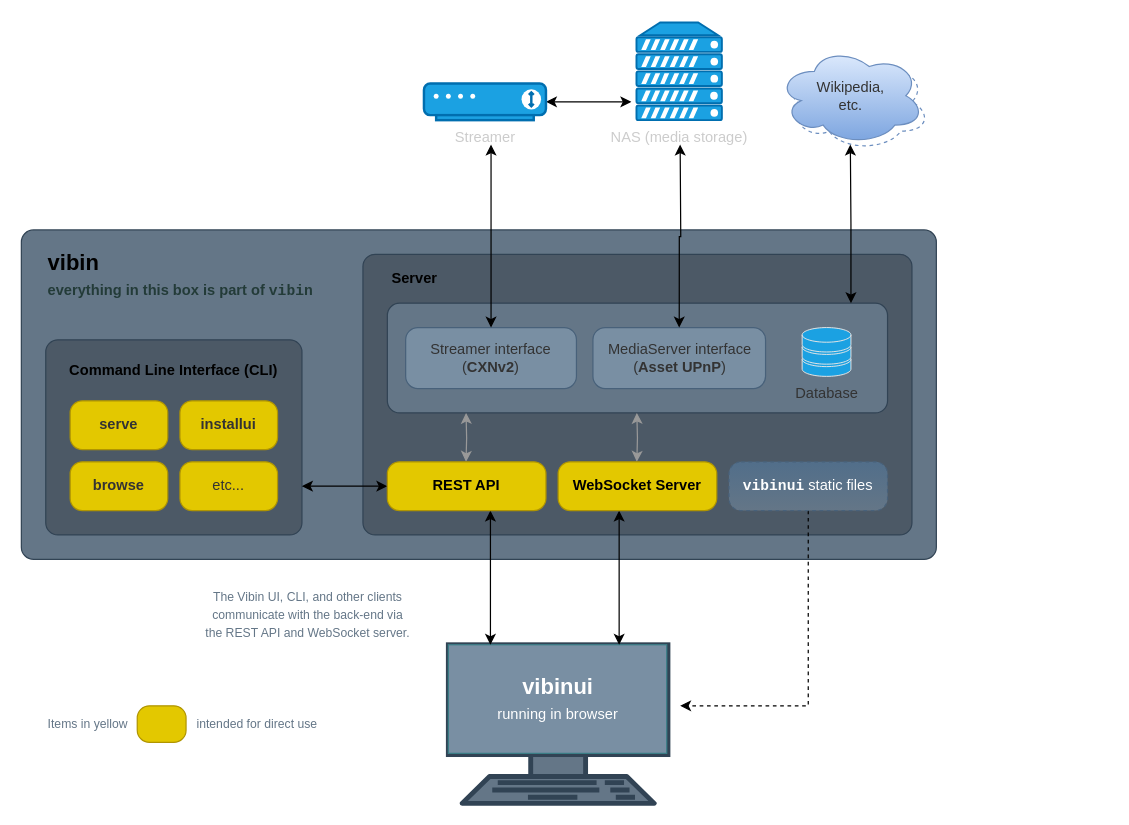
This is media/vibin_overview.drawio from mjoblin/vibin, a draw.io file, before an edit. Source tidied: cells renumbered, new cells numbered last; positions are measured from the earlier drawing's top-left corner, leaving out a move shared by most shapes. Both pictures are drawn from the tidied source at 122%, with x=0, y=0 at pixel (21, 22).
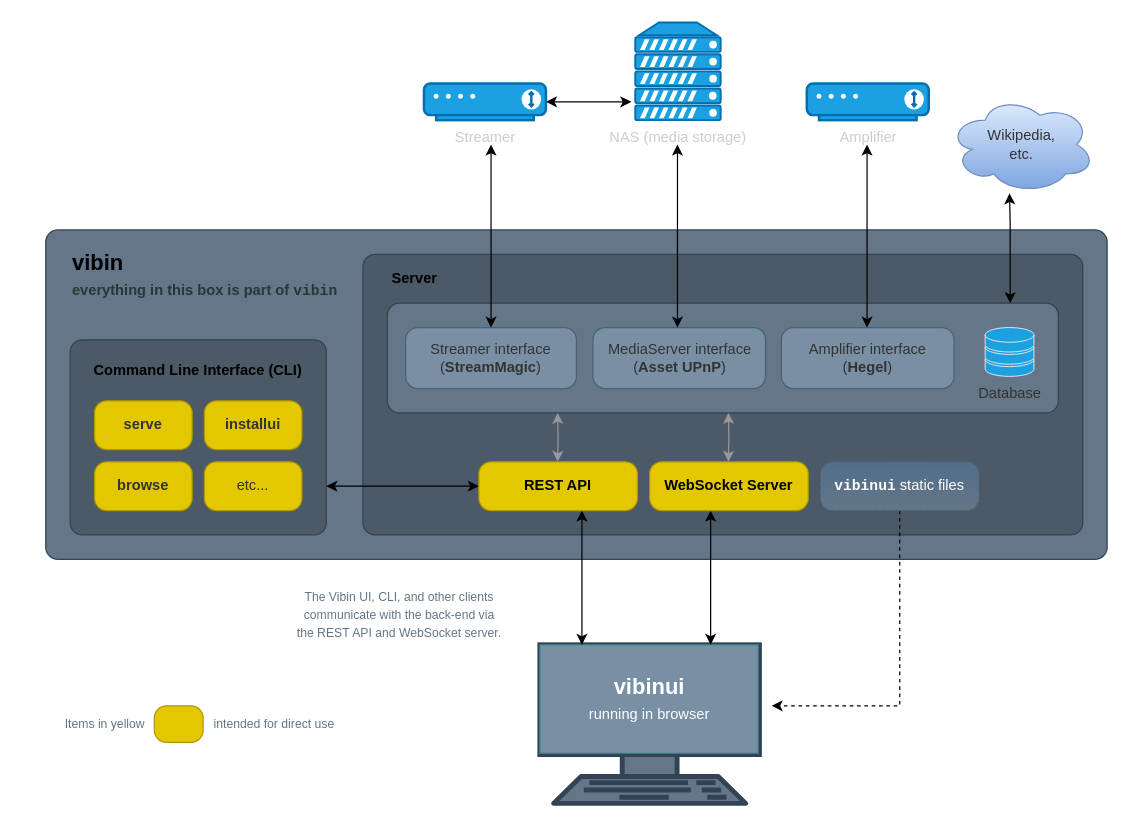
The same diagram, later.

Unchanged cells that the change refers to:
```xml
<mxCell id="18" value="&lt;font color=&quot;#333333&quot;&gt;MediaServer interface (&lt;b&gt;Asset UPnP&lt;/b&gt;)&lt;/font&gt;" style="rounded=1;whiteSpace=wrap;html=1;absoluteArcSize=1;fillColor=#798FA3;strokeColor=#48617A;fontColor=#000000;" parent="1" vertex="1">
  <mxGeometry x="468.5" y="250" width="141.5" height="50" as="geometry" />
</mxCell>
```

Change to the diagram source:
```diff
@@
     <mxCell id="2" style="verticalAlign=top;verticalLabelPosition=bottom;labelPosition=center;align=center;html=1;fillColor=#647687;strokeColor=#314354;gradientDirection=north;strokeWidth=2;shape=mxgraph.networks.terminal;fontColor=#ffffff;" parent="1" vertex="1">
-      <mxGeometry x="350" y="510" width="180" height="130" as="geometry" />
+      <mxGeometry x="425" y="510" width="180" height="130" as="geometry" />
     </mxCell>
     <mxCell id="3" style="rounded=0;whiteSpace=wrap;html=1;fillColor=#798FA3;fontColor=#ffffff;strokeColor=#3A7E87;" parent="1" vertex="1">
-      <mxGeometry x="350" y="510" width="179" height="89" as="geometry" />
+      <mxGeometry x="425" y="510" width="179" height="89" as="geometry" />
     </mxCell>
-    <mxCell id="4" style="ellipse;shape=cloud;whiteSpace=wrap;html=1;fillColor=none;strokeColor=#6c8ebf;gradientColor=#7ea6e0;dashed=1;" parent="1" vertex="1">
-      <mxGeometry x="625" y="25" width="120" height="80" as="geometry" />
-    </mxCell>
     <mxCell id="5" style="rounded=1;whiteSpace=wrap;html=1;absoluteArcSize=1;fillColor=#647687;strokeColor=#314354;fontColor=#ffffff;" parent="1" vertex="1">
-      <mxGeometry y="170" width="750" height="270" as="geometry" />
+      <mxGeometry x="20" y="170" width="870" height="270" as="geometry" />
     </mxCell>
     <mxCell id="6" style="rounded=1;whiteSpace=wrap;html=1;absoluteArcSize=1;fillColor=#4C5966;fontColor=#ffffff;strokeColor=#314354;" parent="1" vertex="1">
-      <mxGeometry x="280" y="190" width="450" height="230" as="geometry" />
+      <mxGeometry x="280" y="190" width="590" height="230" as="geometry" />
     </mxCell>
     <mxCell id="7" style="rounded=1;whiteSpace=wrap;html=1;absoluteArcSize=1;fillColor=#647687;strokeColor=#314354;fontColor=#ffffff;" parent="1" vertex="1">
-      <mxGeometry x="300" y="230" width="410" height="90" as="geometry" />
+      <mxGeometry x="300" y="230" width="550" height="90" as="geometry" />
     </mxCell>
@@
     <mxCell id="9" value="&lt;font style=&quot;font-size: 18px;&quot;&gt;vibin&lt;/font&gt;" style="text;html=1;strokeColor=none;fillColor=none;align=left;verticalAlign=top;whiteSpace=wrap;rounded=0;fontStyle=1;" parent="1" vertex="1">
-      <mxGeometry x="20" y="180" width="210" height="30" as="geometry" />
+      <mxGeometry x="40" y="180" width="210" height="30" as="geometry" />
     </mxCell>
     <mxCell id="10" value="&lt;font color=&quot;#cccccc&quot;&gt;NAS (media storage)&lt;/font&gt;" style="fontColor=#ffffff;verticalAlign=top;verticalLabelPosition=bottom;labelPosition=center;align=center;html=1;fillColor=#1ba1e2;strokeColor=#006EAF;gradientDirection=north;strokeWidth=2;shape=mxgraph.networks.server;" parent="1" vertex="1">
-      <mxGeometry x="504.2" width="70" height="80" as="geometry" />
+      <mxGeometry x="503.2" width="70" height="80" as="geometry" />
     </mxCell>
@@
     <mxCell id="13" value="&lt;font style=&quot;font-size: 10px;&quot;&gt;The Vibin UI, CLI, and other clients communicate with the back-end via the REST API and WebSocket server.&lt;/font&gt;" style="text;html=1;strokeColor=none;fillColor=none;align=center;verticalAlign=middle;whiteSpace=wrap;rounded=0;fontColor=#647687;" parent="1" vertex="1">
-      <mxGeometry x="150" y="460" width="170" height="50" as="geometry" />
+      <mxGeometry x="225" y="460" width="170" height="50" as="geometry" />
     </mxCell>
     <mxCell id="14" style="rounded=1;whiteSpace=wrap;html=1;absoluteArcSize=1;fillColor=#4C5966;fontColor=#ffffff;strokeColor=#314354;" parent="1" vertex="1">
-      <mxGeometry x="20" y="260" width="210" height="160" as="geometry" />
+      <mxGeometry x="40" y="260" width="210" height="160" as="geometry" />
     </mxCell>
     <mxCell id="15" value="&lt;b&gt;Command Line Interface (CLI)&lt;/b&gt;" style="text;html=1;strokeColor=none;fillColor=none;align=center;verticalAlign=middle;whiteSpace=wrap;rounded=0;" parent="1" vertex="1">
-      <mxGeometry x="25" y="270" width="200" height="30" as="geometry" />
+      <mxGeometry x="45" y="270" width="200" height="30" as="geometry" />
     </mxCell>
     <mxCell id="16" value="&lt;font color=&quot;#333333&quot;&gt;&lt;b&gt;serve&lt;/b&gt;&lt;/font&gt;" style="rounded=1;whiteSpace=wrap;html=1;absoluteArcSize=1;fillColor=#e3c800;strokeColor=#B09500;fontColor=#000000;" parent="1" vertex="1">
-      <mxGeometry x="40" y="310" width="80" height="40" as="geometry" />
+      <mxGeometry x="60" y="310" width="80" height="40" as="geometry" />
     </mxCell>
-    <mxCell id="17" value="&lt;font color=&quot;#333333&quot;&gt;Streamer interface&lt;br&gt;(&lt;b&gt;CXNv2&lt;/b&gt;)&lt;/font&gt;" style="rounded=1;whiteSpace=wrap;html=1;absoluteArcSize=1;fillColor=#798FA3;strokeColor=#48617A;fontColor=#ffffff;" parent="1" vertex="1">
+    <mxCell id="17" value="&lt;font color=&quot;#333333&quot;&gt;Streamer interface&lt;br&gt;(&lt;b&gt;StreamMagic&lt;/b&gt;)&lt;/font&gt;" style="rounded=1;whiteSpace=wrap;html=1;absoluteArcSize=1;fillColor=#798FA3;strokeColor=#48617A;fontColor=#ffffff;" parent="1" vertex="1">
       <mxGeometry x="315" y="250" width="140" height="50" as="geometry" />
     </mxCell>
@@
     <mxCell id="20" value="&lt;font color=&quot;#333333&quot;&gt;Database&lt;/font&gt;" style="fontColor=#E6E6E6;verticalAlign=top;verticalLabelPosition=bottom;labelPosition=center;align=center;html=1;fillColor=#1BA1E2;strokeColor=#E6E6E6;gradientColor=none;gradientDirection=north;strokeWidth=2;shape=mxgraph.networks.storage;" parent="1" vertex="1">
-      <mxGeometry x="640" y="250" width="40" height="40" as="geometry" />
+      <mxGeometry x="790" y="250" width="40" height="40" as="geometry" />
     </mxCell>
     <mxCell id="21" style="edgeStyle=orthogonalEdgeStyle;rounded=0;orthogonalLoop=1;jettySize=auto;html=1;exitX=0.75;exitY=1;exitDx=0;exitDy=0;startArrow=classic;startFill=1;" parent="1" edge="1">
       <mxGeometry relative="1" as="geometry">
-        <mxPoint x="490" y="400" as="sourcePoint" />
-        <mxPoint x="490" y="510" as="targetPoint" />
+        <mxPoint x="565" y="400" as="sourcePoint" />
+        <mxPoint x="565" y="510" as="targetPoint" />
       </mxGeometry>
     </mxCell>
     <mxCell id="22" style="edgeStyle=orthogonalEdgeStyle;rounded=0;orthogonalLoop=1;jettySize=auto;html=1;exitX=0.5;exitY=0;exitDx=0;exitDy=0;startArrow=classic;startFill=1;strokeColor=#999999;" parent="1" edge="1">
       <mxGeometry relative="1" as="geometry">
-        <mxPoint x="504.5" y="360" as="sourcePoint" />
-        <mxPoint x="504.5" y="320" as="targetPoint" />
+        <mxPoint x="579.5" y="360" as="sourcePoint" />
+        <mxPoint x="579.5" y="320" as="targetPoint" />
       </mxGeometry>
     </mxCell>
-    <mxCell id="23" style="edgeStyle=orthogonalEdgeStyle;rounded=0;jettySize=auto;html=1;exitX=0.5;exitY=0;exitDx=0;exitDy=0;startArrow=classic;startFill=1;" parent="1" edge="1" source="18">
-      <mxGeometry relative="1" as="geometry">
-        <mxPoint x="540" y="100" as="targetPoint" />
-      </mxGeometry>
-    </mxCell>
     <mxCell id="24" value="&lt;font color=&quot;#333333&quot;&gt;Wikipedia,&lt;br&gt;etc.&lt;br&gt;&lt;/font&gt;" style="ellipse;shape=cloud;whiteSpace=wrap;html=1;fillColor=#dae8fc;strokeColor=#6c8ebf;gradientColor=#7ea6e0;" parent="1" vertex="1">
-      <mxGeometry x="620" y="20" width="120" height="80" as="geometry" />
+      <mxGeometry x="760" y="60" width="120" height="80" as="geometry" />
     </mxCell>
     <mxCell id="25" style="edgeStyle=orthogonalEdgeStyle;rounded=0;orthogonalLoop=1;jettySize=auto;html=1;startArrow=classic;startFill=1;" parent="1" edge="1">
       <mxGeometry relative="1" as="geometry">
-        <mxPoint x="680" y="230" as="sourcePoint" />
-        <mxPoint x="679.5" y="100" as="targetPoint" />
+        <mxPoint x="810.5" y="230" as="sourcePoint" />
+        <mxPoint x="810" y="140" as="targetPoint" />
         <Array as="points">
-          <mxPoint x="680" y="165" />
+          <mxPoint x="810.5" y="165" />
         </Array>
       </mxGeometry>
     </mxCell>
     <mxCell id="26" style="edgeStyle=orthogonalEdgeStyle;rounded=0;jettySize=auto;html=1;exitX=0.5;exitY=1;exitDx=0;exitDy=0;dashed=1;" parent="1" edge="1" source="27">
       <mxGeometry relative="1" as="geometry">
-        <mxPoint x="540" y="560" as="targetPoint" />
+        <mxPoint x="615" y="560" as="targetPoint" />
         <Array as="points">
-          <mxPoint x="645" y="560" />
-          <mxPoint x="540" y="560" />
+          <mxPoint x="720" y="560" />
+          <mxPoint x="615" y="560" />
         </Array>
       </mxGeometry>
     </mxCell>
     <mxCell id="27" value="&lt;font color=&quot;#ffffff&quot;&gt;&lt;b style=&quot;&quot;&gt;&lt;font face=&quot;Courier New&quot;&gt;vibinui&lt;/font&gt;&lt;/b&gt; static files&lt;/font&gt;" style="rounded=1;whiteSpace=wrap;html=1;absoluteArcSize=1;fillColor=#647687;strokeColor=#48617A;gradientColor=#516E8A;dashed=1;gradientDirection=north;" parent="1" vertex="1">
-      <mxGeometry x="580" y="360" width="130" height="40" as="geometry" />
+      <mxGeometry x="655" y="360" width="130" height="40" as="geometry" />
     </mxCell>
     <mxCell id="28" style="edgeStyle=orthogonalEdgeStyle;rounded=0;orthogonalLoop=1;jettySize=auto;html=1;exitX=0.75;exitY=1;exitDx=0;exitDy=0;startArrow=classic;startFill=1;" parent="1" edge="1">
       <mxGeometry relative="1" as="geometry">
-        <mxPoint x="384.5" y="400" as="sourcePoint" />
-        <mxPoint x="384.5" y="510" as="targetPoint" />
+        <mxPoint x="459.5" y="400" as="sourcePoint" />
+        <mxPoint x="459.5" y="510" as="targetPoint" />
       </mxGeometry>
     </mxCell>
     <mxCell id="29" style="edgeStyle=orthogonalEdgeStyle;rounded=0;orthogonalLoop=1;jettySize=auto;html=1;exitX=0.5;exitY=0;exitDx=0;exitDy=0;startArrow=classic;startFill=1;strokeColor=#999999;" parent="1" edge="1">
       <mxGeometry relative="1" as="geometry">
-        <mxPoint x="364.5" y="360" as="sourcePoint" />
-        <mxPoint x="364.5" y="320" as="targetPoint" />
+        <mxPoint x="439.5" y="360" as="sourcePoint" />
+        <mxPoint x="439.5" y="320" as="targetPoint" />
       </mxGeometry>
     </mxCell>
     <mxCell id="30" value="&lt;font color=&quot;#233b38&quot;&gt;everything in this box is part of &lt;font face=&quot;Courier New&quot;&gt;vibin&lt;/font&gt;&lt;/font&gt;" style="text;html=1;strokeColor=none;fillColor=none;align=left;verticalAlign=top;whiteSpace=wrap;rounded=0;fontStyle=1;" parent="1" vertex="1">
-      <mxGeometry x="20" y="206" width="220" height="30" as="geometry" />
+      <mxGeometry x="40" y="206" width="220" height="30" as="geometry" />
     </mxCell>
     <mxCell id="31" value="&lt;b&gt;WebSocket Server&lt;/b&gt;" style="rounded=1;whiteSpace=wrap;html=1;absoluteArcSize=1;fillColor=#e3c800;strokeColor=#B09500;fontColor=#000000;" parent="1" vertex="1">
-      <mxGeometry x="440" y="360" width="130" height="40" as="geometry" />
+      <mxGeometry x="515" y="360" width="130" height="40" as="geometry" />
     </mxCell>
@@
     <mxCell id="33" value="&lt;b&gt;REST API&lt;/b&gt;" style="rounded=1;whiteSpace=wrap;html=1;absoluteArcSize=1;fillColor=#e3c800;strokeColor=#B09500;fontColor=#000000;" parent="1" vertex="1">
-      <mxGeometry x="300" y="360" width="130" height="40" as="geometry" />
+      <mxGeometry x="375" y="360" width="130" height="40" as="geometry" />
     </mxCell>
     <mxCell id="34" value="&lt;font color=&quot;#333333&quot;&gt;&lt;b&gt;installui&lt;/b&gt;&lt;/font&gt;" style="rounded=1;whiteSpace=wrap;html=1;absoluteArcSize=1;fillColor=#e3c800;strokeColor=#B09500;fontColor=#000000;" parent="1" vertex="1">
-      <mxGeometry x="130" y="310" width="80" height="40" as="geometry" />
+      <mxGeometry x="150" y="310" width="80" height="40" as="geometry" />
     </mxCell>
     <mxCell id="35" value="&lt;font color=&quot;#333333&quot;&gt;&lt;b&gt;browse&lt;/b&gt;&lt;/font&gt;" style="rounded=1;whiteSpace=wrap;html=1;absoluteArcSize=1;fillColor=#e3c800;strokeColor=#B09500;fontColor=#000000;" parent="1" vertex="1">
-      <mxGeometry x="40" y="360" width="80" height="40" as="geometry" />
+      <mxGeometry x="60" y="360" width="80" height="40" as="geometry" />
     </mxCell>
     <mxCell id="36" value="&lt;font color=&quot;#333333&quot;&gt;etc...&lt;/font&gt;" style="rounded=1;whiteSpace=wrap;html=1;absoluteArcSize=1;fillColor=#e3c800;strokeColor=#B09500;fontColor=#000000;" parent="1" vertex="1">
-      <mxGeometry x="130" y="360" width="80" height="40" as="geometry" />
+      <mxGeometry x="150" y="360" width="80" height="40" as="geometry" />
     </mxCell>
     <mxCell id="37" value="&lt;font color=&quot;#ffffff&quot; style=&quot;&quot;&gt;&lt;span style=&quot;font-size: 18px;&quot;&gt;vibinui&lt;/span&gt;&lt;br&gt;&lt;font style=&quot;font-weight: normal; font-size: 12px;&quot;&gt;running in browser&lt;/font&gt;&lt;br&gt;&lt;/font&gt;" style="text;html=1;strokeColor=none;fillColor=none;align=center;verticalAlign=middle;whiteSpace=wrap;rounded=0;fontStyle=1;fontColor=#2A3138;fontSize=17;" parent="1" vertex="1">
-      <mxGeometry x="359.5" y="510" width="160" height="90.5" as="geometry" />
+      <mxGeometry x="434.5" y="510" width="160" height="90.5" as="geometry" />
     </mxCell>
     <mxCell id="38" value="&lt;font style=&quot;font-size: 10px;&quot;&gt;Items in yellow&lt;/font&gt;" style="text;html=1;strokeColor=none;fillColor=none;align=left;verticalAlign=middle;whiteSpace=wrap;rounded=0;fontColor=#647687;" parent="1" vertex="1">
-      <mxGeometry x="20" y="565" width="75" height="20" as="geometry" />
+      <mxGeometry x="34" y="565" width="75" height="20" as="geometry" />
     </mxCell>
     <mxCell id="39" value="&lt;font style=&quot;font-size: 10px;&quot;&gt;intended for direct use&lt;/font&gt;" style="text;html=1;strokeColor=none;fillColor=none;align=left;verticalAlign=middle;whiteSpace=wrap;rounded=0;fontColor=#647687;" parent="1" vertex="1">
-      <mxGeometry x="142" y="565" width="110" height="20" as="geometry" />
+      <mxGeometry x="156" y="565" width="110" height="20" as="geometry" />
     </mxCell>
     <mxCell id="40" style="rounded=1;whiteSpace=wrap;html=1;absoluteArcSize=1;fillColor=#e3c800;strokeColor=#B09500;fontColor=#000000;" parent="1" vertex="1">
-      <mxGeometry x="95" y="560" width="40" height="30" as="geometry" />
+      <mxGeometry x="109" y="560" width="40" height="30" as="geometry" />
     </mxCell>
+    <mxCell id="41" value="&lt;font color=&quot;#cccccc&quot;&gt;Amplifier&lt;/font&gt;" style="fontColor=#ffffff;verticalAlign=top;verticalLabelPosition=bottom;labelPosition=center;align=center;html=1;fillColor=#1ba1e2;strokeColor=#006EAF;gradientDirection=north;strokeWidth=2;shape=mxgraph.networks.modem;" parent="1" vertex="1">
+      <mxGeometry x="643.8" y="50" width="100" height="30" as="geometry" />
+    </mxCell>
+    <mxCell id="42" value="&lt;font color=&quot;#333333&quot;&gt;Amplifier interface (&lt;b&gt;Hegel&lt;/b&gt;)&lt;/font&gt;" style="rounded=1;whiteSpace=wrap;html=1;absoluteArcSize=1;fillColor=#798FA3;strokeColor=#48617A;fontColor=#000000;" parent="1" vertex="1">
+      <mxGeometry x="623" y="250" width="141.5" height="50" as="geometry" />
+    </mxCell>
+    <mxCell id="43" style="edgeStyle=orthogonalEdgeStyle;rounded=0;orthogonalLoop=1;jettySize=auto;html=1;exitX=0.5;exitY=0;exitDx=0;exitDy=0;startArrow=classic;startFill=1;" parent="1" edge="1">
+      <mxGeometry relative="1" as="geometry">
+        <mxPoint x="693.2" y="250" as="sourcePoint" />
+        <mxPoint x="693.2" y="100" as="targetPoint" />
+      </mxGeometry>
+    </mxCell>
+    <mxCell id="44" style="edgeStyle=orthogonalEdgeStyle;rounded=0;orthogonalLoop=1;jettySize=auto;html=1;exitX=0.5;exitY=0;exitDx=0;exitDy=0;startArrow=classic;startFill=1;" parent="1" edge="1">
+      <mxGeometry relative="1" as="geometry">
+        <mxPoint x="537.8" y="250" as="sourcePoint" />
+        <mxPoint x="537.8" y="100" as="targetPoint" />
+      </mxGeometry>
+    </mxCell>
```
